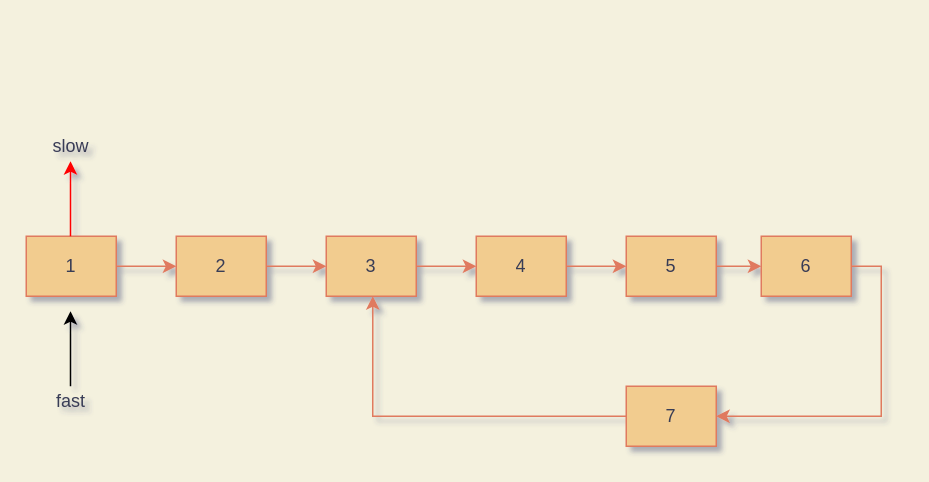
small-steps/images keeps this draw.io diagram as Diagram2.drawio. Above is the earlier version. Source tidied: cells renumbered, new cells numbered last; positions are measured from the earlier drawing's top-left corner, leaving out a move shared by most shapes. Both pictures are drawn from the tidied source at 150%, with x=0, y=0 at pixel (26, 130).
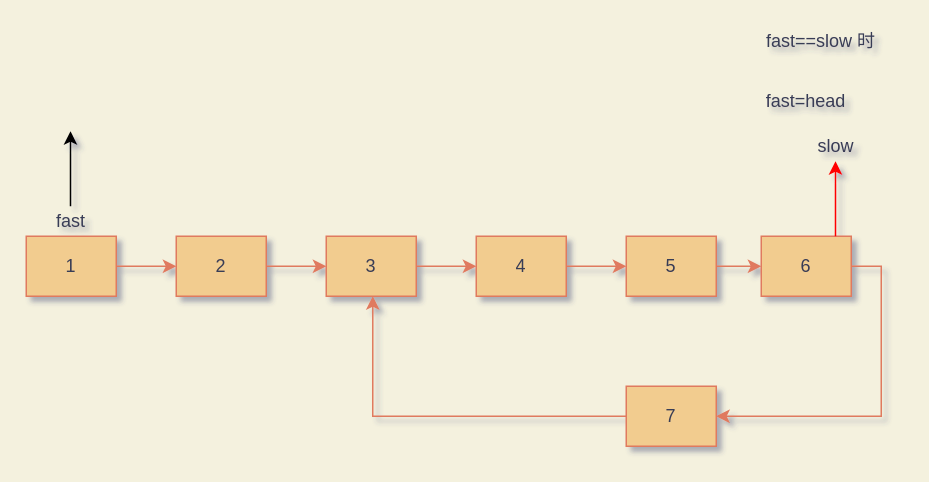
The same diagram, later.

Change to the diagram source:
```diff
@@
     <mxCell id="30" style="group;fontColor=#393C56;" parent="1" vertex="1">
-      <mxGeometry x="10" width="40" height="70" as="geometry" />
+      <mxGeometry x="520" width="40" height="70" as="geometry" />
     </mxCell>
@@
     <mxCell id="33" style="group;" parent="1" vertex="1">
-      <mxGeometry x="10" y="120" width="40" height="70" as="geometry" />
+      <mxGeometry x="10" width="40" height="70" as="geometry" />
     </mxCell>
@@
+    <mxCell id="36" value="fast==slow 时" style="text;html=1;strokeColor=none;fillColor=none;align=center;verticalAlign=middle;whiteSpace=wrap;rounded=0;sketch=0;fontColor=#393C56;" parent="1" vertex="1">
+      <mxGeometry x="490" y="-70" width="80" height="20" as="geometry" />
+    </mxCell>
+    <mxCell id="37" value="fast=head" style="text;html=1;strokeColor=none;fillColor=none;align=center;verticalAlign=middle;whiteSpace=wrap;rounded=0;sketch=0;fontColor=#393C56;" parent="1" vertex="1">
+      <mxGeometry x="500" y="-30" width="40" height="20" as="geometry" />
+    </mxCell>
```
